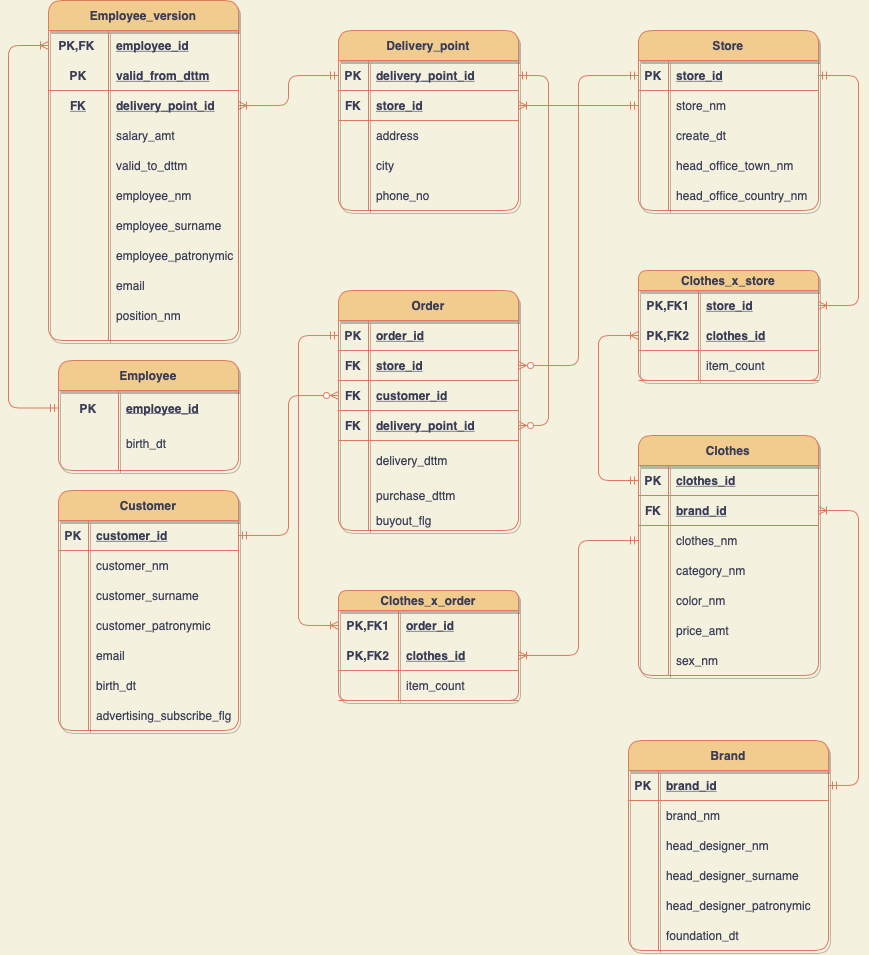
This is images/LogicalModel.png from werticell/DatabaseProject, a draw.io export, as it was before one commit. Source tidied: cells renumbered, new cells last; positions are measured from the earlier drawing's top-left corner, leaving out a move shared by most shapes.
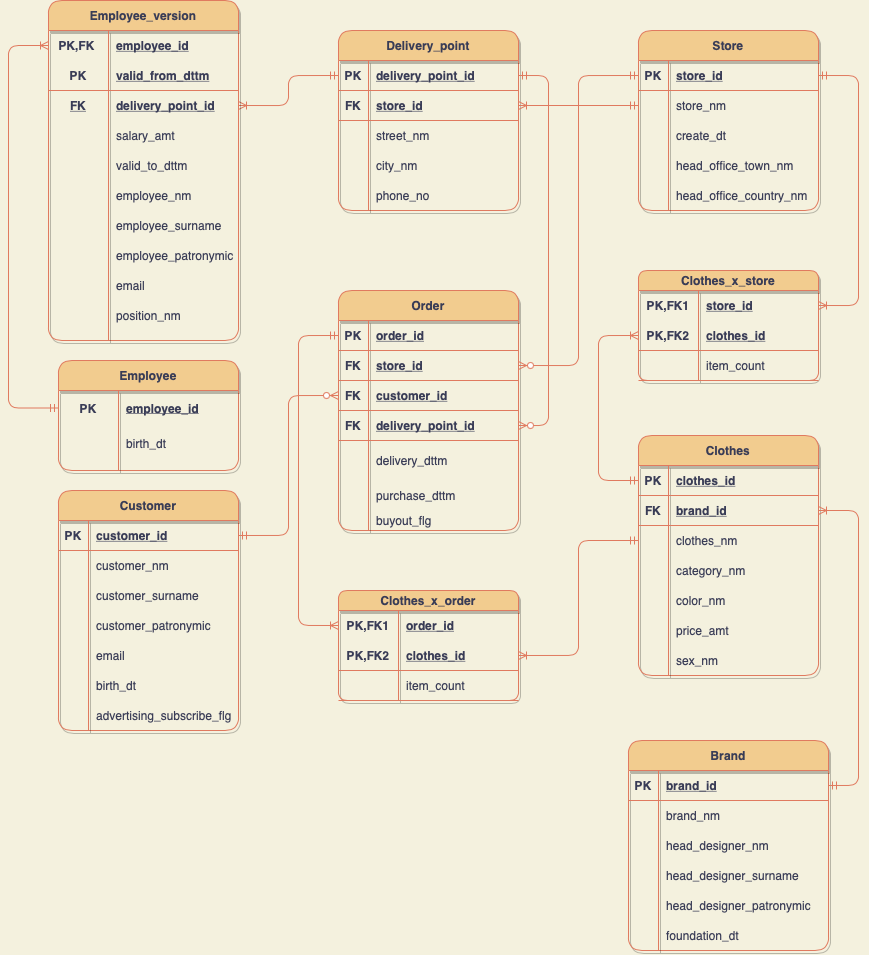
Later version of the same file.

Change to the diagram source:
```diff
@@ -95,7 +95,7 @@
     <mxCell id="32" style="shape=partialRectangle;fillColor=none;top=0;left=0;bottom=0;right=0;overflow=hidden;strokeColor=#E07A5F;fontColor=#393C56;rounded=1;" parent="31" vertex="1">
       <mxGeometry width="30" height="30" as="geometry" />
     </mxCell>
-    <mxCell id="33" value="address" style="shape=partialRectangle;fillColor=none;top=0;left=0;bottom=0;right=0;align=left;spacingLeft=6;overflow=hidden;strokeColor=#E07A5F;fontColor=#393C56;rounded=1;" parent="31" vertex="1">
+    <mxCell id="33" value="street_nm" style="shape=partialRectangle;fillColor=none;top=0;left=0;bottom=0;right=0;align=left;spacingLeft=6;overflow=hidden;strokeColor=#E07A5F;fontColor=#393C56;rounded=1;" parent="31" vertex="1">
       <mxGeometry x="30" width="150" height="30" as="geometry" />
     </mxCell>
     <mxCell id="34" style="shape=partialRectangle;fillColor=none;top=0;left=0;bottom=0;right=0;strokeColor=#E07A5F;fontColor=#393C56;rounded=1;" parent="24" vertex="1">
@@ -104,7 +104,7 @@
     <mxCell id="35" style="shape=partialRectangle;fillColor=none;top=0;left=0;bottom=0;right=0;overflow=hidden;strokeColor=#E07A5F;fontColor=#393C56;rounded=1;" parent="34" vertex="1">
       <mxGeometry width="30" height="30" as="geometry" />
     </mxCell>
-    <mxCell id="36" value="city" style="shape=partialRectangle;fillColor=none;top=0;left=0;bottom=0;right=0;align=left;spacingLeft=6;overflow=hidden;strokeColor=#E07A5F;fontColor=#393C56;rounded=1;" parent="34" vertex="1">
+    <mxCell id="36" value="city_nm" style="shape=partialRectangle;fillColor=none;top=0;left=0;bottom=0;right=0;align=left;spacingLeft=6;overflow=hidden;strokeColor=#E07A5F;fontColor=#393C56;rounded=1;" parent="34" vertex="1">
       <mxGeometry x="30" width="150" height="30" as="geometry" />
     </mxCell>
     <mxCell id="37" style="shape=partialRectangle;fillColor=none;top=0;left=0;bottom=0;right=0;strokeColor=#E07A5F;fontColor=#393C56;rounded=1;" parent="24" vertex="1">
```
